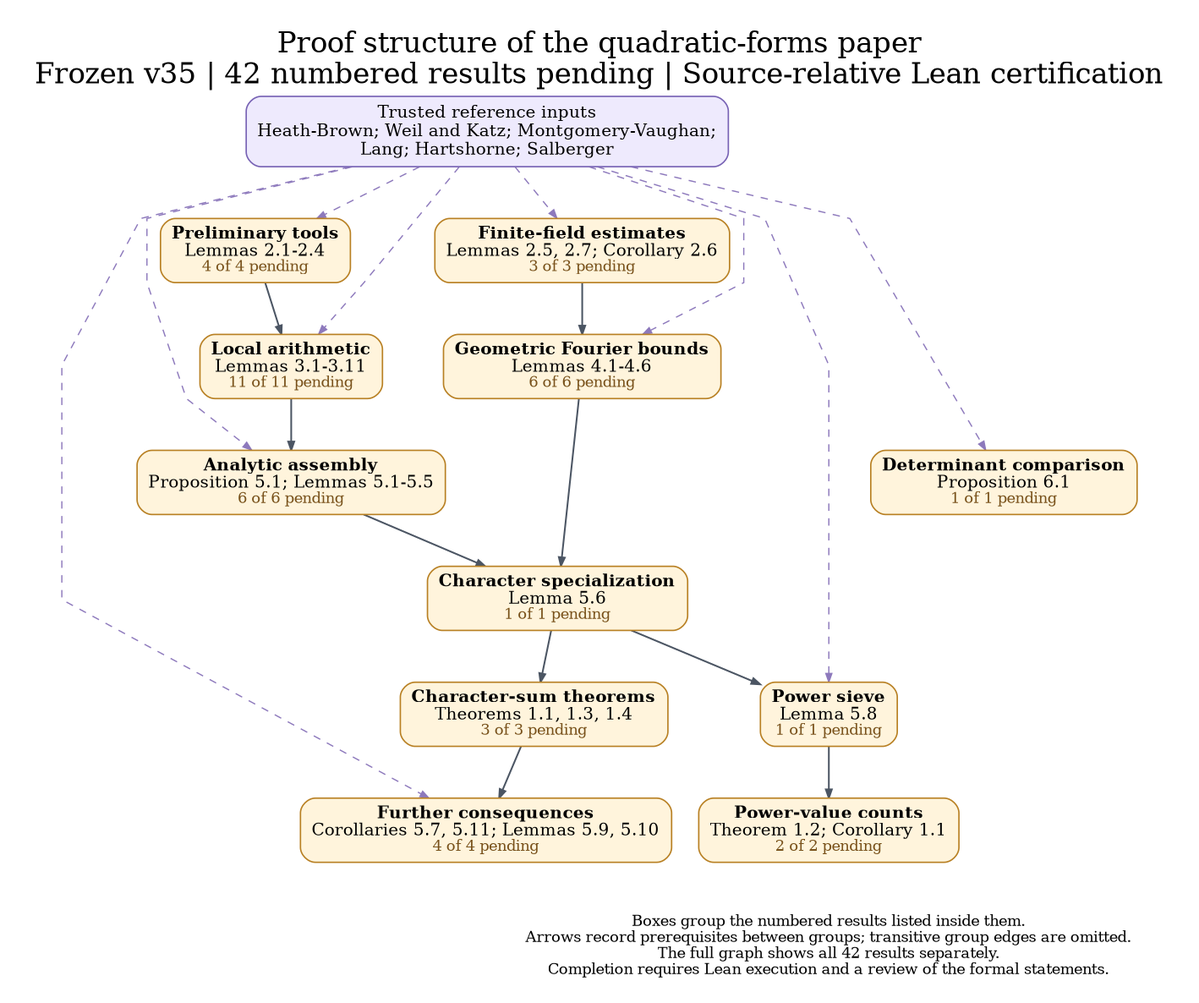
nicolasrobles/quaternary-quadratic-forms keeps this Graphviz diagram as docs/dependency_overview.png. Above is the earlier version. Its source is kept beside it as docs/dependency_overview.dot. The source it was exported from:
```dot
digraph Overview {
graph [rankdir=TB, newrank=true, compound=true, outputorder=edgesfirst,
  bgcolor="white", fontname="DejaVu Serif", fontsize=23, labelloc=t,
  label="Proof structure of the quadratic-forms paper\nFrozen v35 | 42 numbered results pending | Source-relative Lean certification",
  nodesep=0.30, ranksep=0.58, pad=0.28, splines=polyline];
node [shape=box, style="rounded,filled", fillcolor="#fff4dc", color="#b88023",
  fontname="DejaVu Serif", fontsize=14, penwidth=1.15, margin="0.12,0.09"];
edge [color="#4b5563", arrowsize=0.70, penwidth=1.05];
sources [label="Trusted reference inputs\nHeath-Brown; Weil and Katz; Montgomery-Vaughan;\nLang; Hartshorne; Salberger", fillcolor="#eeeafd", color="#7762b4", fontsize=14];
"prelim" [label=<<B>Preliminary tools</B><BR/>Lemmas 2.1-2.4<BR/><FONT POINT-SIZE="12" COLOR="#78511a">4 of 4 pending</FONT>>, URL="https://github.com/nicolasrobles/quaternary-quadratic-forms/blob/main/INVENTORY.md", target="_blank"];
"finite" [label=<<B>Finite-field estimates</B><BR/>Lemmas 2.5, 2.7; Corollary 2.6<BR/><FONT POINT-SIZE="12" COLOR="#78511a">3 of 3 pending</FONT>>, URL="https://github.com/nicolasrobles/quaternary-quadratic-forms/blob/main/INVENTORY.md", target="_blank"];
"local" [label=<<B>Local arithmetic</B><BR/>Lemmas 3.1-3.11<BR/><FONT POINT-SIZE="12" COLOR="#78511a">11 of 11 pending</FONT>>, URL="https://github.com/nicolasrobles/quaternary-quadratic-forms/blob/main/INVENTORY.md", target="_blank"];
"fourier" [label=<<B>Geometric Fourier bounds</B><BR/>Lemmas 4.1-4.6<BR/><FONT POINT-SIZE="12" COLOR="#78511a">6 of 6 pending</FONT>>, URL="https://github.com/nicolasrobles/quaternary-quadratic-forms/blob/main/INVENTORY.md", target="_blank"];
"analytic" [label=<<B>Analytic assembly</B><BR/>Proposition 5.1; Lemmas 5.1-5.5<BR/><FONT POINT-SIZE="12" COLOR="#78511a">6 of 6 pending</FONT>>, URL="https://github.com/nicolasrobles/quaternary-quadratic-forms/blob/main/INVENTORY.md", target="_blank"];
"characters" [label=<<B>Character specialization</B><BR/>Lemma 5.6<BR/><FONT POINT-SIZE="12" COLOR="#78511a">1 of 1 pending</FONT>>, URL="https://github.com/nicolasrobles/quaternary-quadratic-forms/blob/main/INVENTORY.md", target="_blank"];
"sieve" [label=<<B>Power sieve</B><BR/>Lemma 5.8<BR/><FONT POINT-SIZE="12" COLOR="#78511a">1 of 1 pending</FONT>>, URL="https://github.com/nicolasrobles/quaternary-quadratic-forms/blob/main/INVENTORY.md", target="_blank"];
"consequences" [label=<<B>Further consequences</B><BR/>Corollaries 5.7, 5.11; Lemmas 5.9, 5.10<BR/><FONT POINT-SIZE="12" COLOR="#78511a">4 of 4 pending</FONT>>, URL="https://github.com/nicolasrobles/quaternary-quadratic-forms/blob/main/INVENTORY.md", target="_blank"];
"maincharacters" [label=<<B>Character-sum theorems</B><BR/>Theorems 1.1, 1.3, 1.4<BR/><FONT POINT-SIZE="12" COLOR="#78511a">3 of 3 pending</FONT>>, URL="https://github.com/nicolasrobles/quaternary-quadratic-forms/blob/main/INVENTORY.md", target="_blank"];
"mainpowers" [label=<<B>Power-value counts</B><BR/>Theorem 1.2; Corollary 1.1<BR/><FONT POINT-SIZE="12" COLOR="#78511a">2 of 2 pending</FONT>>, URL="https://github.com/nicolasrobles/quaternary-quadratic-forms/blob/main/INVENTORY.md", target="_blank"];
"fixed" [label=<<B>Determinant comparison</B><BR/>Proposition 6.1<BR/><FONT POINT-SIZE="12" COLOR="#78511a">1 of 1 pending</FONT>>, URL="https://github.com/nicolasrobles/quaternary-quadratic-forms/blob/main/INVENTORY.md", target="_blank"];
"analytic" -> "characters" [penwidth=1.4];
"characters" -> "maincharacters" [penwidth=1.4];
"characters" -> "sieve" [penwidth=1.4];
"finite" -> "fourier" [penwidth=1.4];
"fourier" -> "characters" [penwidth=1.4];
"local" -> "analytic" [penwidth=1.4];
"maincharacters" -> "consequences" [penwidth=1.4];
"prelim" -> "local" [penwidth=1.4];
"sieve" -> "mainpowers" [penwidth=1.4];
sources -> "analytic" [style=dashed, color="#8d79bc", penwidth=1.0];
sources -> "consequences" [style=dashed, color="#8d79bc", penwidth=1.0];
sources -> "finite" [style=dashed, color="#8d79bc", penwidth=1.0];
sources -> "fixed" [style=dashed, color="#8d79bc", penwidth=1.0];
sources -> "fourier" [style=dashed, color="#8d79bc", penwidth=1.0];
sources -> "local" [style=dashed, color="#8d79bc", penwidth=1.0];
sources -> "prelim" [style=dashed, color="#8d79bc", penwidth=1.0];
sources -> "sieve" [style=dashed, color="#8d79bc", penwidth=1.0];
legend [shape=plain, style="", label="Boxes group the numbered results listed inside them.\nArrows record prerequisites between groups; transitive group edges are omitted.\nThe full graph shows all 42 results separately.\nCompletion requires Lean execution and a review of the formal statements.", fontsize=12];
{rank=sink; legend;}
"consequences" -> legend [style=invis];
"fixed" -> legend [style=invis];
"mainpowers" -> legend [style=invis];
}
```
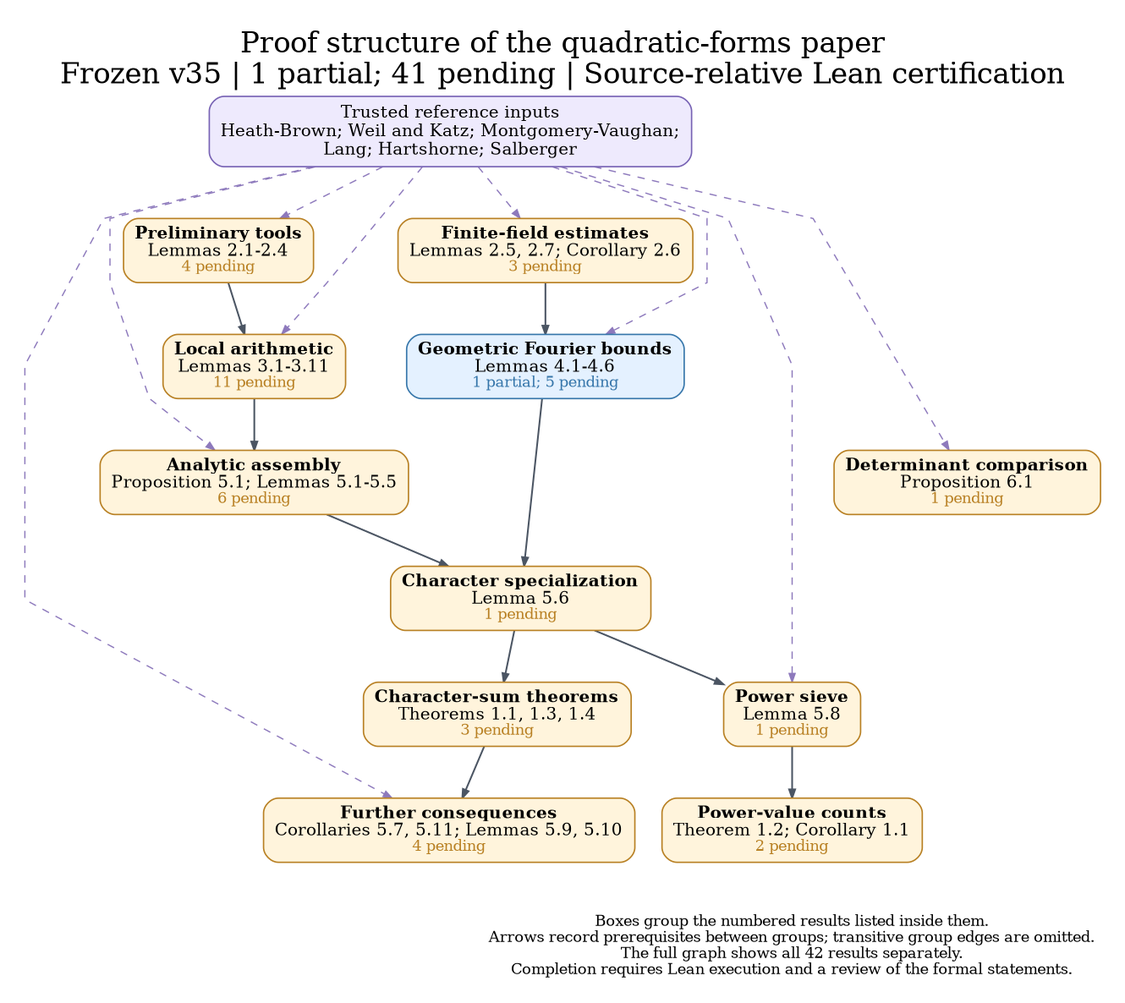
The same file after the commit.

The edit, as a diff of the source:
```diff
@@ -1,23 +1,23 @@
 digraph Overview {
 graph [rankdir=TB, newrank=true, compound=true, outputorder=edgesfirst,
   bgcolor="white", fontname="DejaVu Serif", fontsize=23, labelloc=t,
-  label="Proof structure of the quadratic-forms paper\nFrozen v35 | 42 numbered results pending | Source-relative Lean certification",
+  label="Proof structure of the quadratic-forms paper\nFrozen v35 | 1 partial; 41 pending | Source-relative Lean certification",
   nodesep=0.30, ranksep=0.58, pad=0.28, splines=polyline];
 node [shape=box, style="rounded,filled", fillcolor="#fff4dc", color="#b88023",
   fontname="DejaVu Serif", fontsize=14, penwidth=1.15, margin="0.12,0.09"];
 edge [color="#4b5563", arrowsize=0.70, penwidth=1.05];
 sources [label="Trusted reference inputs\nHeath-Brown; Weil and Katz; Montgomery-Vaughan;\nLang; Hartshorne; Salberger", fillcolor="#eeeafd", color="#7762b4", fontsize=14];
-"prelim" [label=<<B>Preliminary tools</B><BR/>Lemmas 2.1-2.4<BR/><FONT POINT-SIZE="12" COLOR="#78511a">4 of 4 pending</FONT>>, URL="https://github.com/nicolasrobles/quaternary-quadratic-forms/blob/main/INVENTORY.md", target="_blank"];
-"finite" [label=<<B>Finite-field estimates</B><BR/>Lemmas 2.5, 2.7; Corollary 2.6<BR/><FONT POINT-SIZE="12" COLOR="#78511a">3 of 3 pending</FONT>>, URL="https://github.com/nicolasrobles/quaternary-quadratic-forms/blob/main/INVENTORY.md", target="_blank"];
-"local" [label=<<B>Local arithmetic</B><BR/>Lemmas 3.1-3.11<BR/><FONT POINT-SIZE="12" COLOR="#78511a">11 of 11 pending</FONT>>, URL="https://github.com/nicolasrobles/quaternary-quadratic-forms/blob/main/INVENTORY.md", target="_blank"];
-"fourier" [label=<<B>Geometric Fourier bounds</B><BR/>Lemmas 4.1-4.6<BR/><FONT POINT-SIZE="12" COLOR="#78511a">6 of 6 pending</FONT>>, URL="https://github.com/nicolasrobles/quaternary-quadratic-forms/blob/main/INVENTORY.md", target="_blank"];
-"analytic" [label=<<B>Analytic assembly</B><BR/>Proposition 5.1; Lemmas 5.1-5.5<BR/><FONT POINT-SIZE="12" COLOR="#78511a">6 of 6 pending</FONT>>, URL="https://github.com/nicolasrobles/quaternary-quadratic-forms/blob/main/INVENTORY.md", target="_blank"];
-"characters" [label=<<B>Character specialization</B><BR/>Lemma 5.6<BR/><FONT POINT-SIZE="12" COLOR="#78511a">1 of 1 pending</FONT>>, URL="https://github.com/nicolasrobles/quaternary-quadratic-forms/blob/main/INVENTORY.md", target="_blank"];
-"sieve" [label=<<B>Power sieve</B><BR/>Lemma 5.8<BR/><FONT POINT-SIZE="12" COLOR="#78511a">1 of 1 pending</FONT>>, URL="https://github.com/nicolasrobles/quaternary-quadratic-forms/blob/main/INVENTORY.md", target="_blank"];
-"consequences" [label=<<B>Further consequences</B><BR/>Corollaries 5.7, 5.11; Lemmas 5.9, 5.10<BR/><FONT POINT-SIZE="12" COLOR="#78511a">4 of 4 pending</FONT>>, URL="https://github.com/nicolasrobles/quaternary-quadratic-forms/blob/main/INVENTORY.md", target="_blank"];
-"maincharacters" [label=<<B>Character-sum theorems</B><BR/>Theorems 1.1, 1.3, 1.4<BR/><FONT POINT-SIZE="12" COLOR="#78511a">3 of 3 pending</FONT>>, URL="https://github.com/nicolasrobles/quaternary-quadratic-forms/blob/main/INVENTORY.md", target="_blank"];
-"mainpowers" [label=<<B>Power-value counts</B><BR/>Theorem 1.2; Corollary 1.1<BR/><FONT POINT-SIZE="12" COLOR="#78511a">2 of 2 pending</FONT>>, URL="https://github.com/nicolasrobles/quaternary-quadratic-forms/blob/main/INVENTORY.md", target="_blank"];
-"fixed" [label=<<B>Determinant comparison</B><BR/>Proposition 6.1<BR/><FONT POINT-SIZE="12" COLOR="#78511a">1 of 1 pending</FONT>>, URL="https://github.com/nicolasrobles/quaternary-quadratic-forms/blob/main/INVENTORY.md", target="_blank"];
+"prelim" [label=<<B>Preliminary tools</B><BR/>Lemmas 2.1-2.4<BR/><FONT POINT-SIZE="12" COLOR="#b88023">4 pending</FONT>>, fillcolor="#fff4dc", color="#b88023", URL="https://github.com/nicolasrobles/quaternary-quadratic-forms/blob/main/INVENTORY.md", target="_blank"];
+"finite" [label=<<B>Finite-field estimates</B><BR/>Lemmas 2.5, 2.7; Corollary 2.6<BR/><FONT POINT-SIZE="12" COLOR="#b88023">3 pending</FONT>>, fillcolor="#fff4dc", color="#b88023", URL="https://github.com/nicolasrobles/quaternary-quadratic-forms/blob/main/INVENTORY.md", target="_blank"];
+"local" [label=<<B>Local arithmetic</B><BR/>Lemmas 3.1-3.11<BR/><FONT POINT-SIZE="12" COLOR="#b88023">11 pending</FONT>>, fillcolor="#fff4dc", color="#b88023", URL="https://github.com/nicolasrobles/quaternary-quadratic-forms/blob/main/INVENTORY.md", target="_blank"];
+"fourier" [label=<<B>Geometric Fourier bounds</B><BR/>Lemmas 4.1-4.6<BR/><FONT POINT-SIZE="12" COLOR="#3676aa">1 partial; 5 pending</FONT>>, fillcolor="#e4f1ff", color="#3676aa", URL="https://github.com/nicolasrobles/quaternary-quadratic-forms/blob/main/INVENTORY.md", target="_blank"];
+"analytic" [label=<<B>Analytic assembly</B><BR/>Proposition 5.1; Lemmas 5.1-5.5<BR/><FONT POINT-SIZE="12" COLOR="#b88023">6 pending</FONT>>, fillcolor="#fff4dc", color="#b88023", URL="https://github.com/nicolasrobles/quaternary-quadratic-forms/blob/main/INVENTORY.md", target="_blank"];
+"characters" [label=<<B>Character specialization</B><BR/>Lemma 5.6<BR/><FONT POINT-SIZE="12" COLOR="#b88023">1 pending</FONT>>, fillcolor="#fff4dc", color="#b88023", URL="https://github.com/nicolasrobles/quaternary-quadratic-forms/blob/main/INVENTORY.md", target="_blank"];
+"sieve" [label=<<B>Power sieve</B><BR/>Lemma 5.8<BR/><FONT POINT-SIZE="12" COLOR="#b88023">1 pending</FONT>>, fillcolor="#fff4dc", color="#b88023", URL="https://github.com/nicolasrobles/quaternary-quadratic-forms/blob/main/INVENTORY.md", target="_blank"];
+"consequences" [label=<<B>Further consequences</B><BR/>Corollaries 5.7, 5.11; Lemmas 5.9, 5.10<BR/><FONT POINT-SIZE="12" COLOR="#b88023">4 pending</FONT>>, fillcolor="#fff4dc", color="#b88023", URL="https://github.com/nicolasrobles/quaternary-quadratic-forms/blob/main/INVENTORY.md", target="_blank"];
+"maincharacters" [label=<<B>Character-sum theorems</B><BR/>Theorems 1.1, 1.3, 1.4<BR/><FONT POINT-SIZE="12" COLOR="#b88023">3 pending</FONT>>, fillcolor="#fff4dc", color="#b88023", URL="https://github.com/nicolasrobles/quaternary-quadratic-forms/blob/main/INVENTORY.md", target="_blank"];
+"mainpowers" [label=<<B>Power-value counts</B><BR/>Theorem 1.2; Corollary 1.1<BR/><FONT POINT-SIZE="12" COLOR="#b88023">2 pending</FONT>>, fillcolor="#fff4dc", color="#b88023", URL="https://github.com/nicolasrobles/quaternary-quadratic-forms/blob/main/INVENTORY.md", target="_blank"];
+"fixed" [label=<<B>Determinant comparison</B><BR/>Proposition 6.1<BR/><FONT POINT-SIZE="12" COLOR="#b88023">1 pending</FONT>>, fillcolor="#fff4dc", color="#b88023", URL="https://github.com/nicolasrobles/quaternary-quadratic-forms/blob/main/INVENTORY.md", target="_blank"];
 "analytic" -> "characters" [penwidth=1.4];
 "characters" -> "maincharacters" [penwidth=1.4];
 "characters" -> "sieve" [penwidth=1.4];
```
